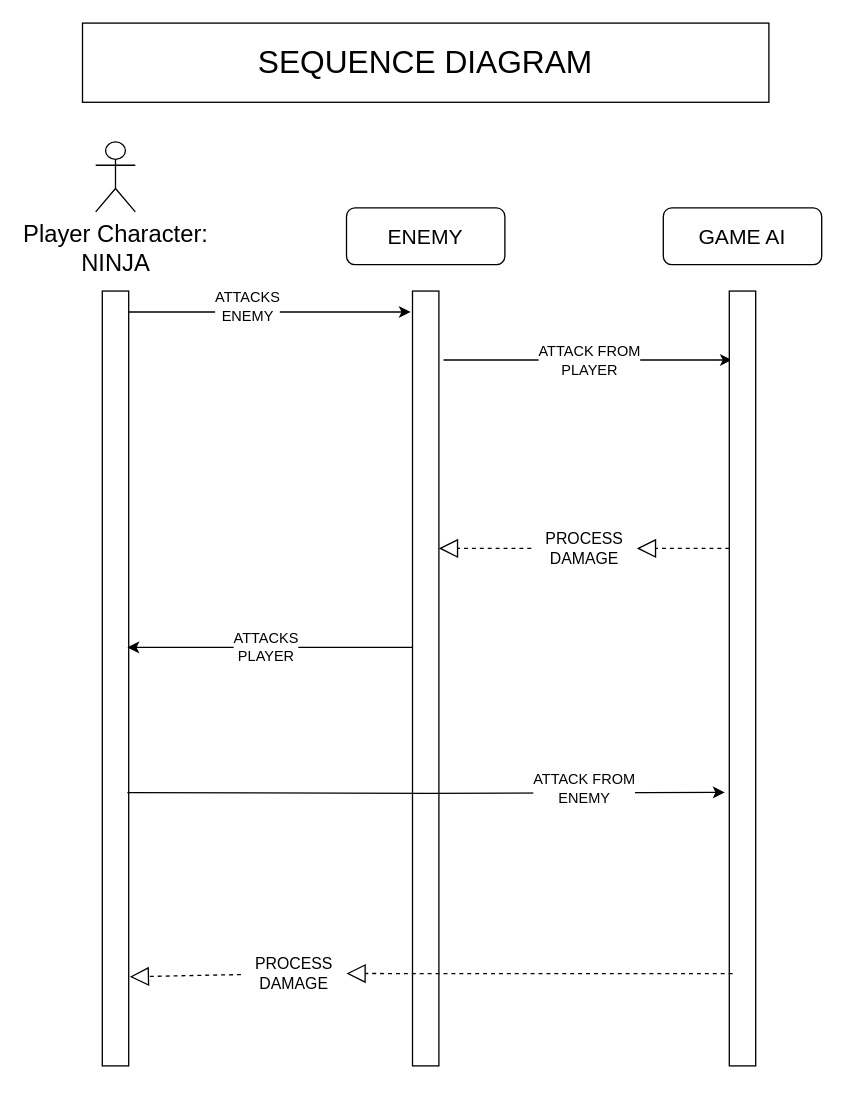
Earlier version of the draw.io diagram SequenceDiagram.drawio (cpriddy21/NinjaGaiden). Source tidied: cells renumbered, new cells numbered last; positions are measured from the earlier drawing's top-left corner, leaving out a move shared by most shapes. Both pictures are drawn from the tidied source at 132%, with x=0, y=0 at pixel (82, 22).
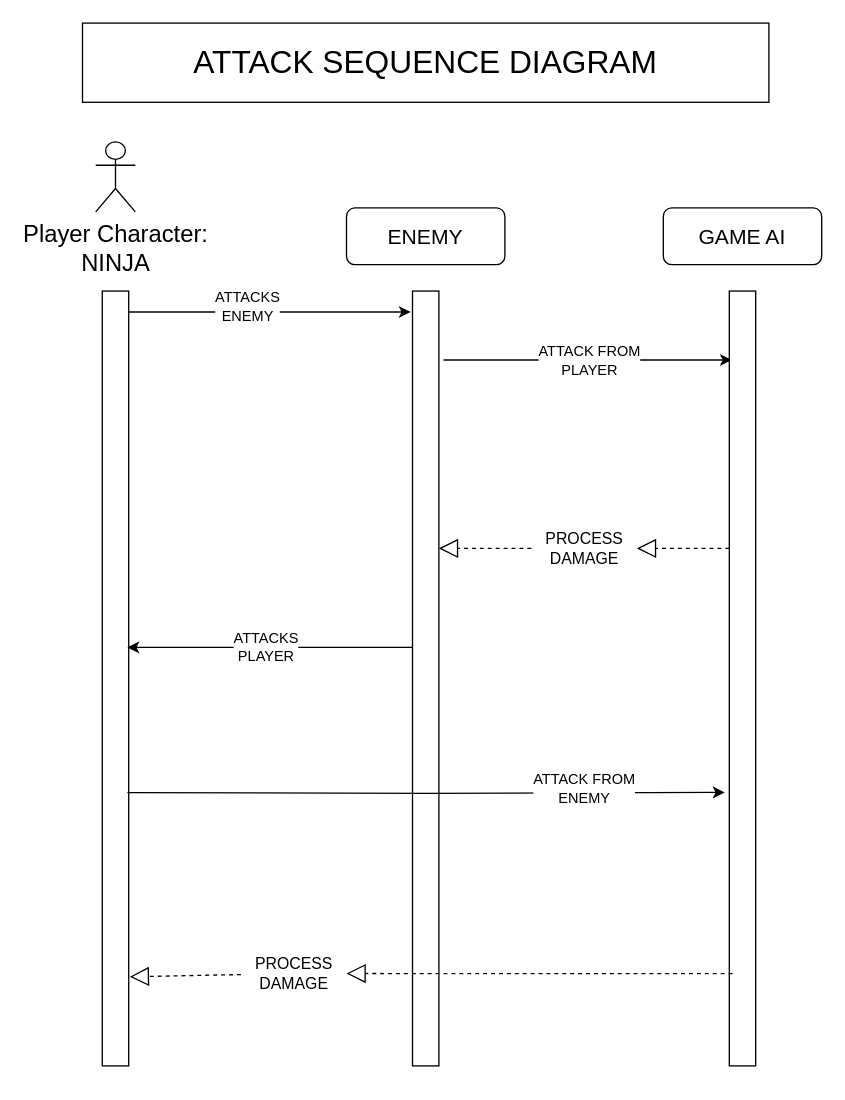
Above is the later version.

The edit, as a diff of the source:
```diff
@@
-    <mxCell id="7" value="&lt;font style=&quot;font-size: 24px;&quot;&gt;SEQUENCE DIAGRAM&lt;/font&gt;" style="rounded=0;whiteSpace=wrap;html=1;" parent="1" vertex="1">
+    <mxCell id="7" value="&lt;font style=&quot;font-size: 24px;&quot;&gt;ATTACK SEQUENCE DIAGRAM&lt;/font&gt;" style="rounded=0;whiteSpace=wrap;html=1;" parent="1" vertex="1">
       <mxGeometry width="520" height="60" as="geometry" />
     </mxCell>
```
